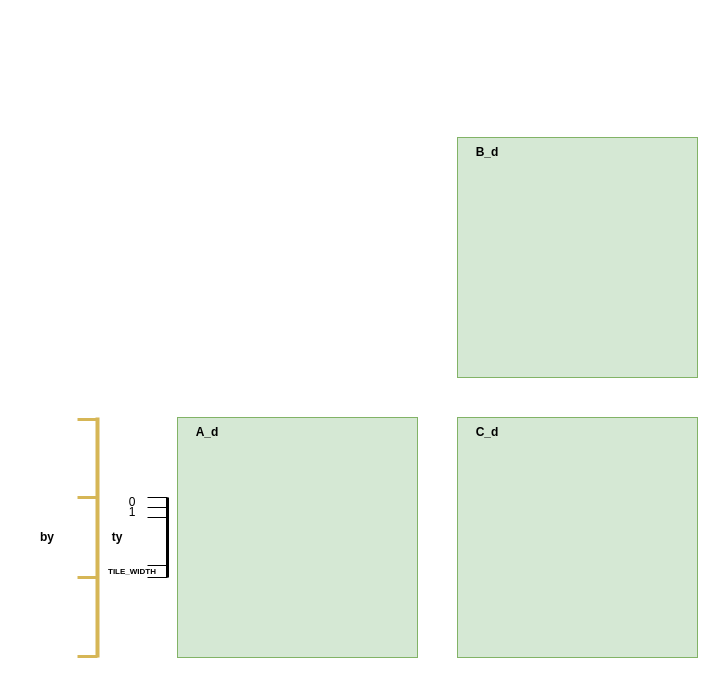
Above: TileMatMul/Untitled Diagram.drawio in yvyork/GPU_Part (draw.io), before the change. Source tidied: cells renumbered, new cells numbered last; positions are measured from the earlier drawing's top-left corner, leaving out a move shared by most shapes. Both pictures are drawn from the tidied source at 100%, with x=0, y=0 at pixel (17, 137).
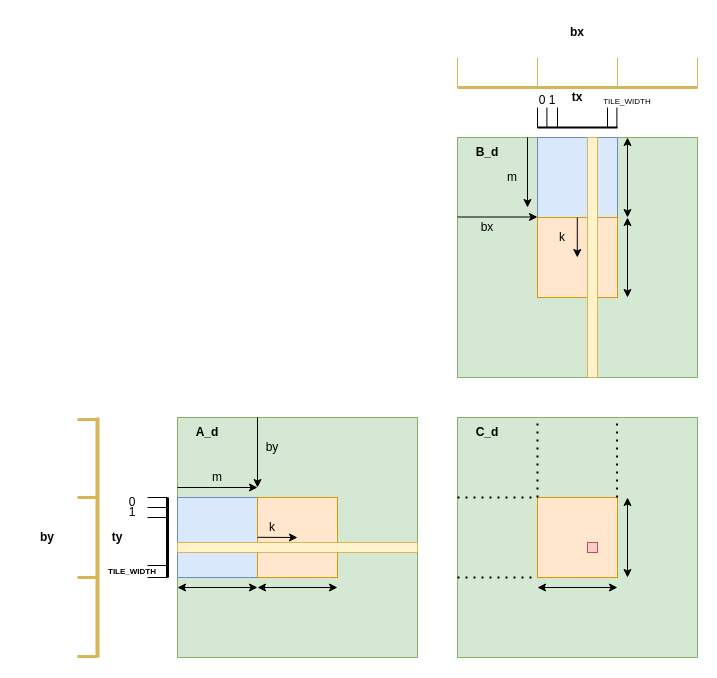
Above is the later version.

Diff of the diagram source:
```diff
@@
+    <mxCell id="24" style="rounded=0;whiteSpace=wrap;html=1;fillColor=#dae8fc;strokeColor=#6c8ebf;" parent="1" vertex="1">
+      <mxGeometry x="160" y="360" width="80" height="80" as="geometry" />
+    </mxCell>
+    <mxCell id="25" style="rounded=0;whiteSpace=wrap;html=1;fillColor=#ffe6cc;strokeColor=#d79b00;" parent="1" vertex="1">
+      <mxGeometry x="240" y="360" width="80" height="80" as="geometry" />
+    </mxCell>
+    <mxCell id="26" style="rounded=0;whiteSpace=wrap;html=1;fillColor=#dae8fc;strokeColor=#6c8ebf;" parent="1" vertex="1">
+      <mxGeometry x="520" width="80" height="80" as="geometry" />
+    </mxCell>
+    <mxCell id="27" style="rounded=0;whiteSpace=wrap;html=1;fillColor=#ffe6cc;strokeColor=#d79b00;" parent="1" vertex="1">
+      <mxGeometry x="520" y="80" width="80" height="80" as="geometry" />
+    </mxCell>
+    <mxCell id="28" style="rounded=0;whiteSpace=wrap;html=1;fillColor=#ffe6cc;strokeColor=#d79b00;" parent="1" vertex="1">
+      <mxGeometry x="520" y="360" width="80" height="80" as="geometry" />
+    </mxCell>
+    <mxCell id="29" style="endArrow=classic;html=1;rounded=0;" parent="1" edge="1">
+      <mxGeometry relative="1" as="geometry">
+        <mxPoint x="160" y="350" as="sourcePoint" />
+        <mxPoint x="240" y="350" as="targetPoint" />
+      </mxGeometry>
+    </mxCell>
+    <mxCell id="30" style="endArrow=classic;html=1;rounded=0;" parent="1" edge="1">
+      <mxGeometry relative="1" as="geometry">
+        <mxPoint x="240" y="280" as="sourcePoint" />
+        <mxPoint x="240" y="350" as="targetPoint" />
+      </mxGeometry>
+    </mxCell>
+    <mxCell id="31" style="endArrow=classic;startArrow=classic;html=1;rounded=0;" parent="1" edge="1">
+      <mxGeometry relative="1" as="geometry">
+        <mxPoint x="160" y="450" as="sourcePoint" />
+        <mxPoint x="240" y="450" as="targetPoint" />
+      </mxGeometry>
+    </mxCell>
+    <mxCell id="32" style="endArrow=classic;startArrow=classic;html=1;rounded=0;" parent="1" edge="1">
+      <mxGeometry relative="1" as="geometry">
+        <mxPoint x="240" y="450" as="sourcePoint" />
+        <mxPoint x="320" y="450" as="targetPoint" />
+      </mxGeometry>
+    </mxCell>
+    <mxCell id="33" style="endArrow=classic;startArrow=classic;html=1;rounded=0;" parent="1" edge="1">
+      <mxGeometry relative="1" as="geometry">
+        <mxPoint x="520" y="450" as="sourcePoint" />
+        <mxPoint x="600" y="450" as="targetPoint" />
+      </mxGeometry>
+    </mxCell>
+    <mxCell id="34" style="endArrow=classic;startArrow=classic;html=1;rounded=0;" parent="1" edge="1">
+      <mxGeometry relative="1" as="geometry">
+        <mxPoint x="610" y="440" as="sourcePoint" />
+        <mxPoint x="610" y="360" as="targetPoint" />
+      </mxGeometry>
+    </mxCell>
+    <mxCell id="35" style="endArrow=classic;startArrow=classic;html=1;rounded=0;" parent="1" edge="1">
+      <mxGeometry relative="1" as="geometry">
+        <mxPoint x="610" y="80" as="sourcePoint" />
+        <mxPoint x="610" as="targetPoint" />
+      </mxGeometry>
+    </mxCell>
+    <mxCell id="36" style="endArrow=classic;startArrow=classic;html=1;rounded=0;" parent="1" edge="1">
+      <mxGeometry relative="1" as="geometry">
+        <mxPoint x="610" y="160" as="sourcePoint" />
+        <mxPoint x="610" y="80" as="targetPoint" />
+      </mxGeometry>
+    </mxCell>
+    <mxCell id="37" style="endArrow=none;dashed=1;html=1;dashPattern=1 3;strokeWidth=2;rounded=0;" parent="1" edge="1">
+      <mxGeometry relative="1" as="geometry">
+        <mxPoint x="440" y="360" as="sourcePoint" />
+        <mxPoint x="520" y="360" as="targetPoint" />
+      </mxGeometry>
+    </mxCell>
+    <mxCell id="38" style="endArrow=none;dashed=1;html=1;dashPattern=1 3;strokeWidth=2;rounded=0;" parent="1" edge="1">
+      <mxGeometry relative="1" as="geometry">
+        <mxPoint x="440" y="440" as="sourcePoint" />
+        <mxPoint x="520" y="440" as="targetPoint" />
+      </mxGeometry>
+    </mxCell>
+    <mxCell id="39" style="endArrow=none;dashed=1;html=1;dashPattern=1 3;strokeWidth=2;rounded=0;" parent="1" edge="1">
+      <mxGeometry relative="1" as="geometry">
+        <mxPoint x="520" y="360" as="sourcePoint" />
+        <mxPoint x="520" y="280" as="targetPoint" />
+      </mxGeometry>
+    </mxCell>
+    <mxCell id="40" style="endArrow=none;dashed=1;html=1;dashPattern=1 3;strokeWidth=2;rounded=0;" parent="1" edge="1">
+      <mxGeometry relative="1" as="geometry">
+        <mxPoint x="599.5" y="360" as="sourcePoint" />
+        <mxPoint x="599.5" y="280" as="targetPoint" />
+      </mxGeometry>
+    </mxCell>
+    <mxCell id="41" style="rounded=0;whiteSpace=wrap;html=1;fillColor=#fff2cc;strokeColor=#d6b656;" parent="1" vertex="1">
+      <mxGeometry x="160" y="405" width="240" height="10" as="geometry" />
+    </mxCell>
+    <mxCell id="42" style="rounded=0;whiteSpace=wrap;html=1;fillColor=#fff2cc;strokeColor=#d6b656;" parent="1" vertex="1">
+      <mxGeometry x="570" width="10" height="240" as="geometry" />
+    </mxCell>
+    <mxCell id="43" style="endArrow=none;dashed=1;html=1;dashPattern=1 3;strokeWidth=2;rounded=0;" parent="1" edge="1" target="44">
+      <mxGeometry relative="1" as="geometry">
+        <mxPoint x="580" y="410" as="sourcePoint" />
+      </mxGeometry>
+    </mxCell>
+    <mxCell id="44" style="rounded=0;whiteSpace=wrap;html=1;fillColor=#f8cecc;strokeColor=#b85450;" parent="1" vertex="1">
+      <mxGeometry x="570" y="405" width="10" height="10" as="geometry" />
+    </mxCell>
+    <mxCell id="45" value="k" style="text;html=1;align=center;verticalAlign=middle;whiteSpace=wrap;rounded=0;" parent="1" vertex="1">
+      <mxGeometry x="530" y="90" width="30" height="20" as="geometry" />
+    </mxCell>
+    <mxCell id="46" value="k" style="text;html=1;align=center;verticalAlign=middle;whiteSpace=wrap;rounded=0;" parent="1" vertex="1">
+      <mxGeometry x="240" y="380" width="30" height="20" as="geometry" />
+    </mxCell>
+    <mxCell id="47" value="by" style="text;html=1;align=center;verticalAlign=middle;whiteSpace=wrap;rounded=0;" parent="1" vertex="1">
+      <mxGeometry x="240" y="300" width="30" height="20" as="geometry" />
+    </mxCell>
+    <mxCell id="48" value="m" style="text;html=1;align=center;verticalAlign=middle;whiteSpace=wrap;rounded=0;" parent="1" vertex="1">
+      <mxGeometry x="185" y="330" width="30" height="20" as="geometry" />
+    </mxCell>
+    <mxCell id="49" style="endArrow=classic;html=1;rounded=0;" parent="1" edge="1">
+      <mxGeometry relative="1" as="geometry">
+        <mxPoint x="240" y="399.8" as="sourcePoint" />
+        <mxPoint x="280" y="400" as="targetPoint" />
+      </mxGeometry>
+    </mxCell>
+    <mxCell id="50" style="endArrow=classic;html=1;rounded=0;" parent="1" edge="1">
+      <mxGeometry relative="1" as="geometry">
+        <mxPoint x="510" as="sourcePoint" />
+        <mxPoint x="510" y="70" as="targetPoint" />
+      </mxGeometry>
+    </mxCell>
+    <mxCell id="51" style="endArrow=classic;html=1;rounded=0;" parent="1" edge="1">
+      <mxGeometry relative="1" as="geometry">
+        <mxPoint x="440" y="79.5" as="sourcePoint" />
+        <mxPoint x="520" y="79.5" as="targetPoint" />
+      </mxGeometry>
+    </mxCell>
+    <mxCell id="52" value="bx" style="text;html=1;align=center;verticalAlign=middle;whiteSpace=wrap;rounded=0;" parent="1" vertex="1">
+      <mxGeometry x="455" y="80" width="30" height="20" as="geometry" />
+    </mxCell>
+    <mxCell id="53" value="m" style="text;html=1;align=center;verticalAlign=middle;whiteSpace=wrap;rounded=0;" parent="1" vertex="1">
+      <mxGeometry x="480" y="30" width="30" height="20" as="geometry" />
+    </mxCell>
+    <mxCell id="54" style="endArrow=classic;html=1;rounded=0;" parent="1" edge="1">
+      <mxGeometry relative="1" as="geometry">
+        <mxPoint x="559.8" y="80" as="sourcePoint" />
+        <mxPoint x="559.8" y="120" as="targetPoint" />
+      </mxGeometry>
+    </mxCell>
+    <mxCell id="55" style="endArrow=none;html=1;rounded=0;strokeWidth=3;fillColor=#fff2cc;strokeColor=#d6b656;" parent="1" edge="1">
+      <mxGeometry relative="1" as="geometry">
+        <mxPoint x="440" y="-50" as="sourcePoint" />
+        <mxPoint x="680" y="-50" as="targetPoint" />
+      </mxGeometry>
+    </mxCell>
+    <mxCell id="56" style="endArrow=none;html=1;rounded=0;fillColor=#fff2cc;strokeColor=#d6b656;" parent="1" edge="1">
+      <mxGeometry relative="1" as="geometry">
+        <mxPoint x="440" y="-50" as="sourcePoint" />
+        <mxPoint x="440" y="-80" as="targetPoint" />
+      </mxGeometry>
+    </mxCell>
+    <mxCell id="57" style="endArrow=none;html=1;rounded=0;fillColor=#fff2cc;strokeColor=#d6b656;" parent="1" edge="1">
+      <mxGeometry relative="1" as="geometry">
+        <mxPoint x="520" y="-50" as="sourcePoint" />
+        <mxPoint x="520" y="-80" as="targetPoint" />
+      </mxGeometry>
+    </mxCell>
+    <mxCell id="58" style="endArrow=none;html=1;rounded=0;fillColor=#fff2cc;strokeColor=#d6b656;" parent="1" edge="1">
+      <mxGeometry relative="1" as="geometry">
+        <mxPoint x="600" y="-50" as="sourcePoint" />
+        <mxPoint x="600" y="-80" as="targetPoint" />
+      </mxGeometry>
+    </mxCell>
+    <mxCell id="59" style="endArrow=none;html=1;rounded=0;fillColor=#fff2cc;strokeColor=#d6b656;" parent="1" edge="1">
+      <mxGeometry relative="1" as="geometry">
+        <mxPoint x="680" y="-50" as="sourcePoint" />
+        <mxPoint x="680" y="-80" as="targetPoint" />
+      </mxGeometry>
+    </mxCell>
+    <mxCell id="60" value="&lt;b&gt;bx&lt;/b&gt;" style="text;html=1;align=center;verticalAlign=middle;whiteSpace=wrap;rounded=0;" parent="1" vertex="1">
+      <mxGeometry x="530" y="-120" width="60" height="30" as="geometry" />
+    </mxCell>
+    <mxCell id="61" style="endArrow=none;html=1;rounded=0;strokeWidth=2;" parent="1" edge="1">
+      <mxGeometry relative="1" as="geometry">
+        <mxPoint x="520" y="-10" as="sourcePoint" />
+        <mxPoint x="600" y="-10" as="targetPoint" />
+      </mxGeometry>
+    </mxCell>
+    <mxCell id="62" style="endArrow=none;html=1;rounded=0;" parent="1" edge="1">
+      <mxGeometry relative="1" as="geometry">
+        <mxPoint x="520" y="-10" as="sourcePoint" />
+        <mxPoint x="520" y="-30" as="targetPoint" />
+      </mxGeometry>
+    </mxCell>
+    <mxCell id="63" style="endArrow=none;html=1;rounded=0;" parent="1" edge="1">
+      <mxGeometry relative="1" as="geometry">
+        <mxPoint x="529.4" y="-10" as="sourcePoint" />
+        <mxPoint x="529.4" y="-30" as="targetPoint" />
+      </mxGeometry>
+    </mxCell>
+    <mxCell id="64" style="endArrow=none;html=1;rounded=0;" parent="1" edge="1">
+      <mxGeometry relative="1" as="geometry">
+        <mxPoint x="540" y="-10" as="sourcePoint" />
+        <mxPoint x="540" y="-30" as="targetPoint" />
+      </mxGeometry>
+    </mxCell>
+    <mxCell id="65" style="endArrow=none;html=1;rounded=0;" parent="1" edge="1">
+      <mxGeometry relative="1" as="geometry">
+        <mxPoint x="590" y="-10" as="sourcePoint" />
+        <mxPoint x="590" y="-30" as="targetPoint" />
+      </mxGeometry>
+    </mxCell>
+    <mxCell id="66" style="endArrow=none;html=1;rounded=0;" parent="1" edge="1">
+      <mxGeometry relative="1" as="geometry">
+        <mxPoint x="599.4" y="-10" as="sourcePoint" />
+        <mxPoint x="599.4" y="-30" as="targetPoint" />
+      </mxGeometry>
+    </mxCell>
+    <mxCell id="67" value="&lt;b&gt;tx&lt;/b&gt;" style="text;html=1;align=center;verticalAlign=middle;whiteSpace=wrap;rounded=0;" parent="1" vertex="1">
+      <mxGeometry x="540" y="-50" width="40" height="20" as="geometry" />
+    </mxCell>
+    <mxCell id="68" value="0" style="text;html=1;align=center;verticalAlign=middle;whiteSpace=wrap;rounded=0;" parent="1" vertex="1">
+      <mxGeometry x="520" y="-45" width="10" height="15" as="geometry" />
+    </mxCell>
+    <mxCell id="69" value="1" style="text;html=1;align=center;verticalAlign=middle;whiteSpace=wrap;rounded=0;" parent="1" vertex="1">
+      <mxGeometry x="530" y="-45" width="10" height="15" as="geometry" />
+    </mxCell>
+    <mxCell id="70" value="&lt;font style=&quot;font-size: 8px;&quot;&gt;TILE_WIDTH&lt;/font&gt;" style="text;html=1;align=center;verticalAlign=middle;whiteSpace=wrap;rounded=0;" parent="1" vertex="1">
+      <mxGeometry x="580" y="-52.5" width="60" height="30" as="geometry" />
+    </mxCell>
```
